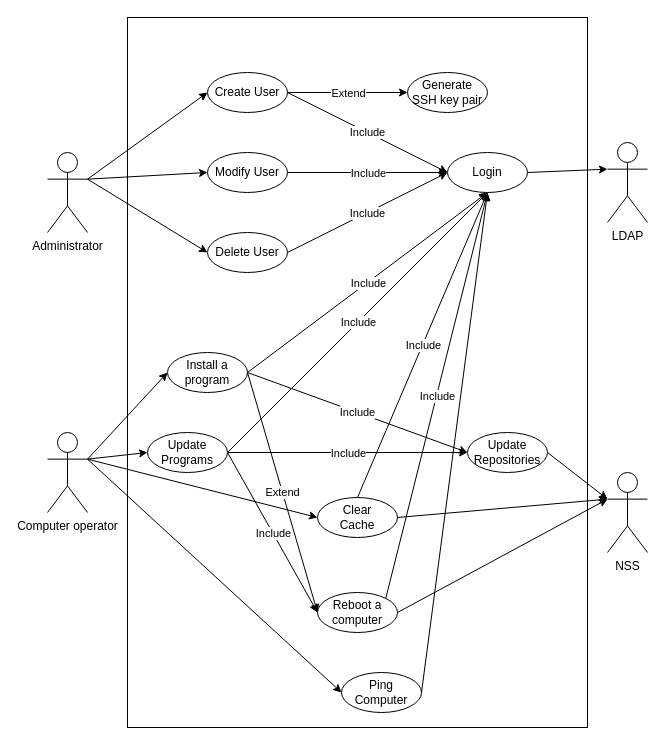
Above: Deliverables/Use Case Diagram.drawio in Iaio99/Helm (draw.io), before the change. Source tidied: cells renumbered, new cells numbered last; positions are measured from the earlier drawing's top-left corner, leaving out a move shared by most shapes. Both pictures are drawn from the tidied source at 100%, with x=0, y=0 at pixel (47, 17).
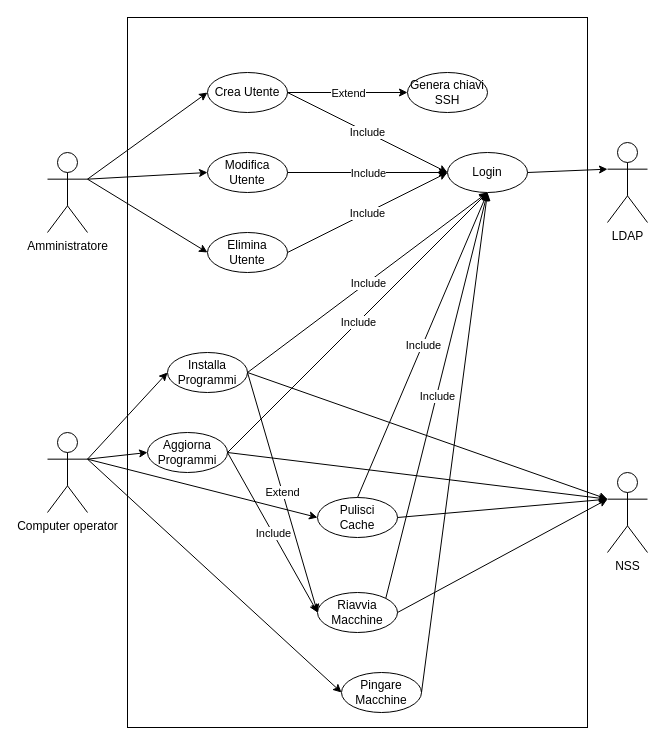
After the change.

The change refers to these unchanged cells:
```xml
<mxCell id="6" value="&lt;div&gt;NSS&lt;/div&gt;" style="shape=umlActor;verticalLabelPosition=bottom;verticalAlign=top;html=1;outlineConnect=0;" parent="1" vertex="1">
  <mxGeometry x="560" y="455" width="40" height="80" as="geometry" />
</mxCell>
```

Change to the diagram source:
```diff
@@
-    <mxCell id="3" value="&lt;div&gt;Administrator&lt;/div&gt;" style="shape=umlActor;verticalLabelPosition=bottom;verticalAlign=top;html=1;outlineConnect=0;" parent="1" vertex="1">
+    <mxCell id="3" value="&lt;div&gt;Amministratore&lt;/div&gt;" style="shape=umlActor;verticalLabelPosition=bottom;verticalAlign=top;html=1;outlineConnect=0;" parent="1" vertex="1">
       <mxGeometry y="135" width="40" height="80" as="geometry" />
     </mxCell>
@@
-    <mxCell id="11" value="&lt;div&gt;Create User&lt;/div&gt;" style="ellipse;whiteSpace=wrap;html=1;fillColor=none;" parent="1" vertex="1">
+    <mxCell id="11" value="Crea Utente" style="ellipse;whiteSpace=wrap;html=1;fillColor=none;" parent="1" vertex="1">
       <mxGeometry x="160" y="55" width="80" height="40" as="geometry" />
     </mxCell>
-    <mxCell id="12" value="&lt;div&gt;Modify User&lt;/div&gt;" style="ellipse;whiteSpace=wrap;html=1;fillColor=none;" parent="1" vertex="1">
+    <mxCell id="12" value="Modifica Utente" style="ellipse;whiteSpace=wrap;html=1;fillColor=none;" parent="1" vertex="1">
       <mxGeometry x="160" y="135" width="80" height="40" as="geometry" />
     </mxCell>
-    <mxCell id="13" value="Delete User" style="ellipse;whiteSpace=wrap;html=1;fillColor=none;" parent="1" vertex="1">
+    <mxCell id="13" value="Elimina Utente" style="ellipse;whiteSpace=wrap;html=1;fillColor=none;" parent="1" vertex="1">
       <mxGeometry x="160" y="215" width="80" height="40" as="geometry" />
     </mxCell>
@@
-    <mxCell id="21" value="&lt;div&gt;Install a&lt;/div&gt;&lt;div&gt;program&lt;br&gt;&lt;/div&gt;" style="ellipse;whiteSpace=wrap;html=1;fillColor=none;" parent="1" vertex="1">
+    <mxCell id="21" value="Installa Programmi" style="ellipse;whiteSpace=wrap;html=1;fillColor=none;" parent="1" vertex="1">
       <mxGeometry x="120" y="335" width="80" height="40" as="geometry" />
     </mxCell>
-    <mxCell id="22" value="&lt;div&gt;Ping&lt;/div&gt;&lt;div&gt;Computer&lt;br&gt;&lt;/div&gt;" style="ellipse;whiteSpace=wrap;html=1;fillColor=none;" parent="1" vertex="1">
+    <mxCell id="22" value="&lt;div&gt;Pingare&lt;/div&gt;&lt;div&gt;Macchine&lt;br&gt;&lt;/div&gt;" style="ellipse;whiteSpace=wrap;html=1;fillColor=none;" parent="1" vertex="1">
       <mxGeometry x="294" y="655" width="80" height="40" as="geometry" />
     </mxCell>
-    <mxCell id="23" value="Reboot a computer" style="ellipse;whiteSpace=wrap;html=1;fillColor=none;" parent="1" vertex="1">
+    <mxCell id="23" value="Riavvia&lt;br&gt;Macchine" style="ellipse;whiteSpace=wrap;html=1;fillColor=none;" parent="1" vertex="1">
       <mxGeometry x="270" y="575" width="80" height="40" as="geometry" />
     </mxCell>
-    <mxCell id="24" value="Generate SSH key pair" style="ellipse;whiteSpace=wrap;html=1;fillColor=none;" parent="1" vertex="1">
+    <mxCell id="24" value="Genera chiavi SSH" style="ellipse;whiteSpace=wrap;html=1;fillColor=none;" parent="1" vertex="1">
       <mxGeometry x="360" y="55" width="80" height="40" as="geometry" />
     </mxCell>
-    <mxCell id="25" value="&lt;div&gt;Update&lt;/div&gt;&lt;div&gt;Repositories&lt;br&gt;&lt;/div&gt;" style="ellipse;whiteSpace=wrap;html=1;fillColor=none;" parent="1" vertex="1">
-      <mxGeometry x="420" y="415" width="80" height="40" as="geometry" />
-    </mxCell>
-    <mxCell id="26" value="&lt;div&gt;Clear&lt;/div&gt;&lt;div&gt;Cache&lt;/div&gt;" style="ellipse;whiteSpace=wrap;html=1;fillColor=none;" parent="1" vertex="1">
+    <mxCell id="26" value="Pulisci&lt;br&gt;Cache" style="ellipse;whiteSpace=wrap;html=1;fillColor=none;" parent="1" vertex="1">
       <mxGeometry x="270" y="480" width="80" height="40" as="geometry" />
     </mxCell>
-    <mxCell id="27" value="&lt;div&gt;Update&lt;/div&gt;&lt;div&gt;Programs&lt;br&gt;&lt;/div&gt;" style="ellipse;whiteSpace=wrap;html=1;fillColor=none;" parent="1" vertex="1">
+    <mxCell id="27" value="&lt;div&gt;Aggiorna&lt;/div&gt;&lt;div&gt;Programmi&lt;br&gt;&lt;/div&gt;" style="ellipse;whiteSpace=wrap;html=1;fillColor=none;" parent="1" vertex="1">
       <mxGeometry x="100" y="415" width="80" height="40" as="geometry" />
     </mxCell>
@@
-    <mxCell id="29" style="endArrow=classic;html=1;rounded=0;exitX=1;exitY=0.5;exitDx=0;exitDy=0;entryX=0;entryY=0.5;entryDx=0;entryDy=0;" parent="1" edge="1" source="27" target="25">
+    <mxCell id="29" style="endArrow=classic;html=1;rounded=0;exitX=1;exitY=0.5;exitDx=0;exitDy=0;entryX=0;entryY=0.3333333333333333;entryDx=0;entryDy=0;entryPerimeter=0;" parent="1" edge="1" source="27" target="6">
       <mxGeometry relative="1" as="geometry" />
     </mxCell>
-    <mxCell id="30" value="Include" style="edgeLabel;html=1;align=center;verticalAlign=middle;" parent="29" vertex="1">
-      <mxGeometry relative="1" as="geometry" />
-    </mxCell>
@@
-    <mxCell id="43" style="endArrow=classic;html=1;rounded=0;exitX=1;exitY=0.5;exitDx=0;exitDy=0;entryX=0;entryY=0.3333333333333333;entryDx=0;entryDy=0;entryPerimeter=0;" parent="1" edge="1" source="25" target="6">
-      <mxGeometry relative="1" as="geometry" />
-    </mxCell>
@@
-    <mxCell id="47" style="endArrow=classic;html=1;rounded=0;exitX=1;exitY=0.5;exitDx=0;exitDy=0;entryX=0;entryY=0.5;entryDx=0;entryDy=0;" parent="1" edge="1" source="21" target="25">
+    <mxCell id="47" style="endArrow=classic;html=1;rounded=0;exitX=1;exitY=0.5;exitDx=0;exitDy=0;entryX=0;entryY=0.3333333333333333;entryDx=0;entryDy=0;entryPerimeter=0;" parent="1" edge="1" source="21" target="6">
       <mxGeometry relative="1" as="geometry" />
     </mxCell>
-    <mxCell id="48" value="Include" style="edgeLabel;html=1;align=center;verticalAlign=middle;" parent="47" vertex="1">
-      <mxGeometry relative="1" as="geometry" />
-    </mxCell>
```
